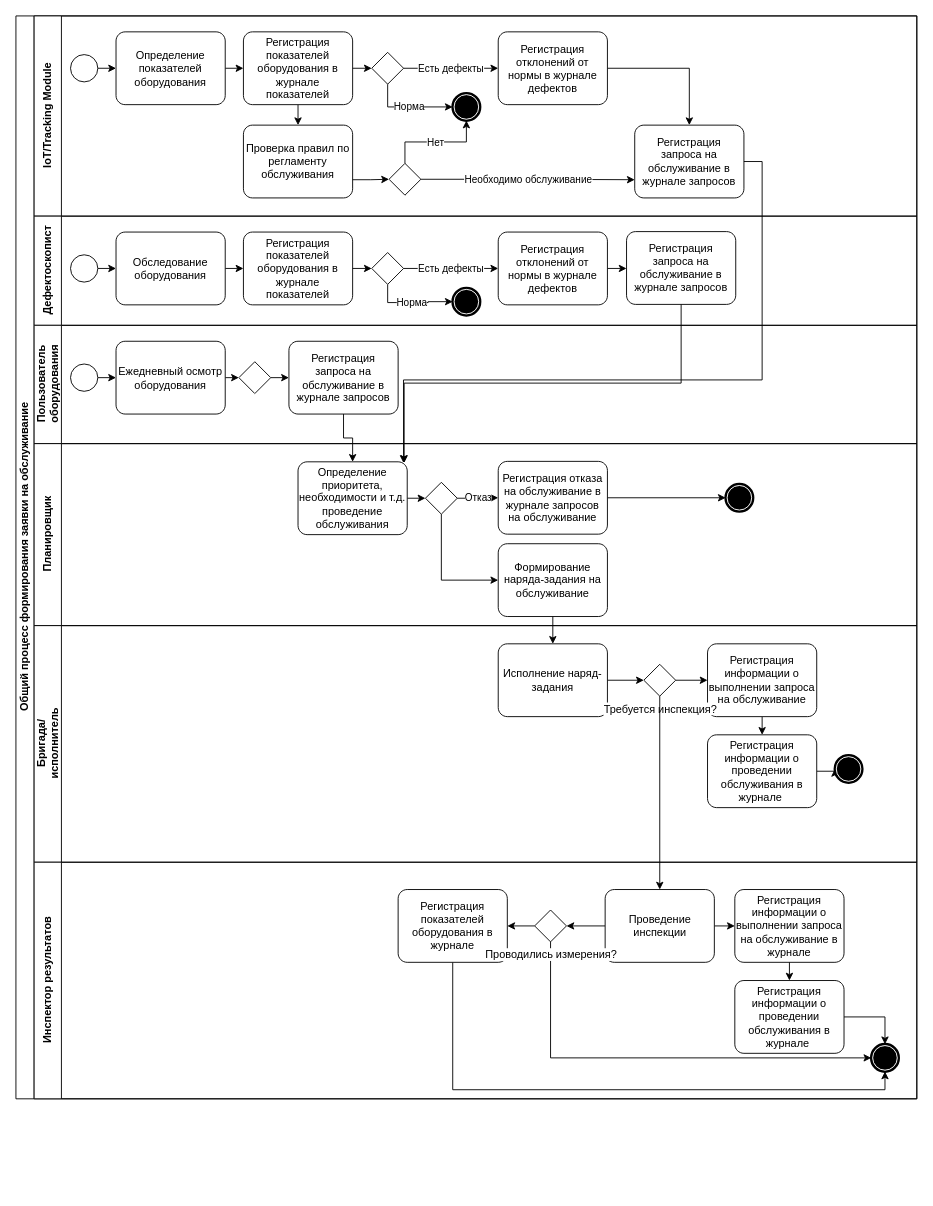
This is maint/Рабочее задание. Процессы.drawio from tvolodi-ab/ASCOA, a draw.io file, before an edit. Source tidied: cells renumbered, new cells numbered last; positions are measured from the earlier drawing's top-left corner, leaving out a move shared by most shapes. Both pictures are drawn from the tidied source at 91%, with x=0, y=0 at pixel (15, 15).
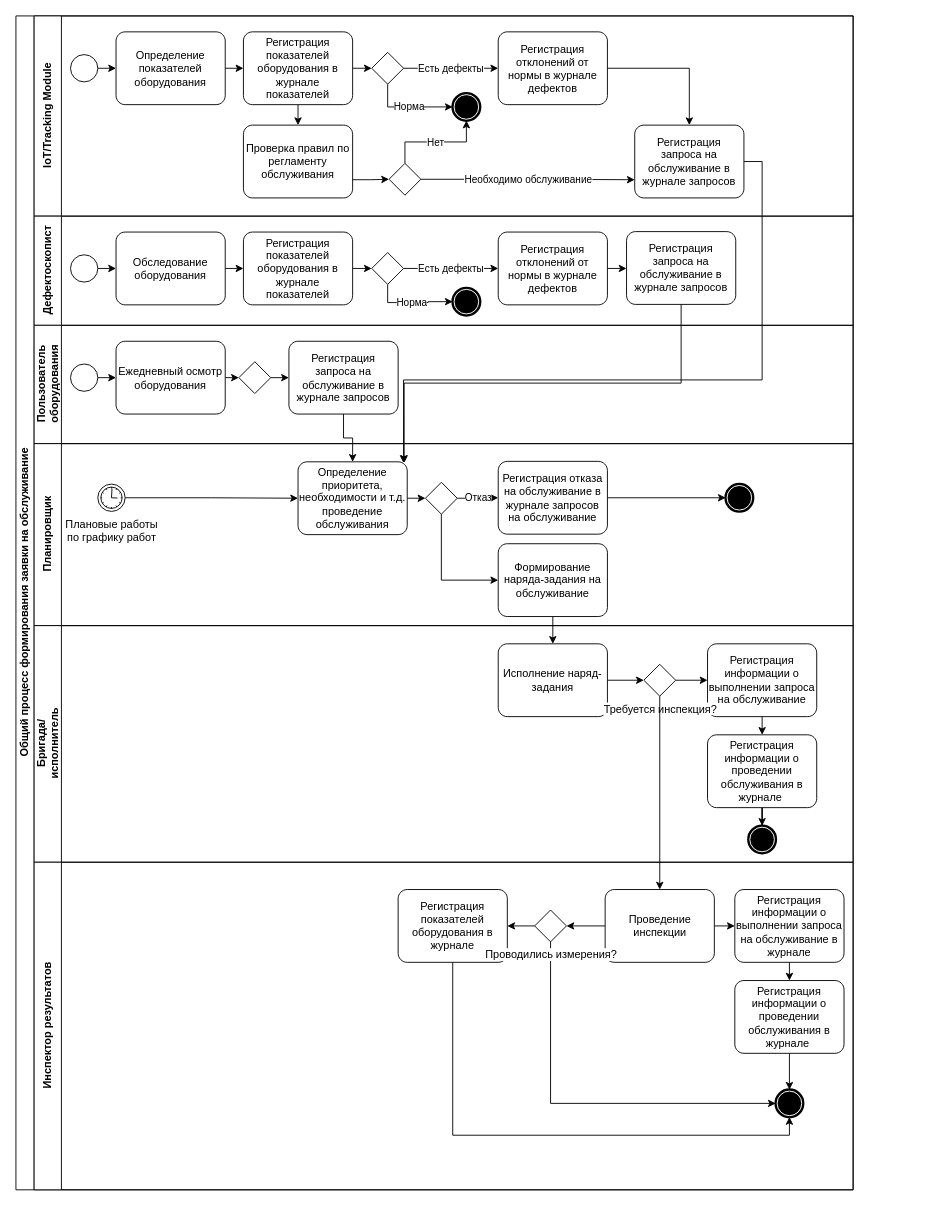
After the change.

The change refers to these unchanged cells:
```xml
<mxCell id="21" value="Регистрация запроса на обслуживание в журнале запросов" style="points=[[0.25,0,0],[0.5,0,0],[0.75,0,0],[1,0.25,0],[1,0.5,0],[1,0.75,0],[0.75,1,0],[0.5,1,0],[0.25,1,0],[0,0.75,0],[0,0.5,0],[0,0.25,0]];shape=mxgraph.bpmn.task;whiteSpace=wrap;rectStyle=rounded;size=10;taskMarker=abstract;" parent="3" vertex="1">
  <mxGeometry x="660" y="120" width="120" height="80" as="geometry" />
</mxCell>
<mxCell id="31" value="Регистрация запроса на обслуживание в журнале запросов" style="points=[[0.25,0,0],[0.5,0,0],[0.75,0,0],[1,0.25,0],[1,0.5,0],[1,0.75,0],[0.75,1,0],[0.5,1,0],[0.25,1,0],[0,0.75,0],[0,0.5,0],[0,0.25,0]];shape=mxgraph.bpmn.task;whiteSpace=wrap;rectStyle=rounded;size=10;taskMarker=abstract;" parent="23" vertex="1">
  <mxGeometry x="651" y="17" width="120" height="80" as="geometry" />
</mxCell>
<mxCell id="44" value="Регистрация запроса на обслуживание в журнале запросов" style="points=[[0.25,0,0],[0.5,0,0],[0.75,0,0],[1,0.25,0],[1,0.5,0],[1,0.75,0],[0.75,1,0],[0.5,1,0],[0.25,1,0],[0,0.75,0],[0,0.5,0],[0,0.25,0]];shape=mxgraph.bpmn.task;whiteSpace=wrap;rectStyle=rounded;size=10;taskMarker=abstract;" parent="37" vertex="1">
  <mxGeometry x="280" y="17.5" width="120" height="80" as="geometry" />
</mxCell>
<mxCell id="47" value="Определение приоритета, необходимости и т.д. проведение обслуживания" style="points=[[0.25,0,0],[0.5,0,0],[0.75,0,0],[1,0.25,0],[1,0.5,0],[1,0.75,0],[0.75,1,0],[0.5,1,0],[0.25,1,0],[0,0.75,0],[0,0.5,0],[0,0.25,0]];shape=mxgraph.bpmn.task;whiteSpace=wrap;rectStyle=rounded;size=10;taskMarker=abstract;" parent="45" vertex="1">
  <mxGeometry x="290" y="20" width="120" height="80" as="geometry" />
</mxCell>
<mxCell id="54" value="Формирование наряда-задания на обслуживание" style="points=[[0.25,0,0],[0.5,0,0],[0.75,0,0],[1,0.25,0],[1,0.5,0],[1,0.75,0],[0.75,1,0],[0.5,1,0],[0.25,1,0],[0,0.75,0],[0,0.5,0],[0,0.25,0]];shape=mxgraph.bpmn.task;whiteSpace=wrap;rectStyle=rounded;size=10;taskMarker=abstract;" parent="45" vertex="1">
  <mxGeometry x="510" y="110" width="120" height="80" as="geometry" />
</mxCell>
<mxCell id="61" value="Исполнение наряд-задания" style="points=[[0.25,0,0],[0.5,0,0],[0.75,0,0],[1,0.25,0],[1,0.5,0],[1,0.75,0],[0.75,1,0],[0.5,1,0],[0.25,1,0],[0,0.75,0],[0,0.5,0],[0,0.25,0]];shape=mxgraph.bpmn.task;whiteSpace=wrap;rectStyle=rounded;size=10;taskMarker=abstract;" parent="59" vertex="1">
  <mxGeometry x="510" y="20" width="120" height="80" as="geometry" />
</mxCell>
<mxCell id="65" value="Регистрация информации о проведении обслуживания в журнале " style="points=[[0.25,0,0],[0.5,0,0],[0.75,0,0],[1,0.25,0],[1,0.5,0],[1,0.75,0],[0.75,1,0],[0.5,1,0],[0.25,1,0],[0,0.75,0],[0,0.5,0],[0,0.25,0]];shape=mxgraph.bpmn.task;whiteSpace=wrap;rectStyle=rounded;size=10;taskMarker=abstract;" parent="59" vertex="1">
  <mxGeometry x="740" y="120" width="120" height="80" as="geometry" />
</mxCell>
<mxCell id="68" value="Требуется инспекция?" style="points=[[0.25,0.25,0],[0.5,0,0],[0.75,0.25,0],[1,0.5,0],[0.75,0.75,0],[0.5,1,0],[0.25,0.75,0],[0,0.5,0]];shape=mxgraph.bpmn.gateway2;html=1;verticalLabelPosition=bottom;labelBackgroundColor=#ffffff;verticalAlign=top;align=center;perimeter=rhombusPerimeter;outlineConnect=0;outline=none;symbol=none;" parent="59" vertex="1">
  <mxGeometry x="670" y="42.5" width="35" height="35" as="geometry" />
</mxCell>
<mxCell id="73" value="Регистрация информации о проведении обслуживания в журнале " style="points=[[0.25,0,0],[0.5,0,0],[0.75,0,0],[1,0.25,0],[1,0.5,0],[1,0.75,0],[0.75,1,0],[0.5,1,0],[0.25,1,0],[0,0.75,0],[0,0.5,0],[0,0.25,0]];shape=mxgraph.bpmn.task;whiteSpace=wrap;rectStyle=rounded;size=10;taskMarker=abstract;" parent="69" vertex="1">
  <mxGeometry x="770" y="130" width="120" height="80" as="geometry" />
</mxCell>
<mxCell id="77" value="Проведение инспекции" style="points=[[0.25,0,0],[0.5,0,0],[0.75,0,0],[1,0.25,0],[1,0.5,0],[1,0.75,0],[0.75,1,0],[0.5,1,0],[0.25,1,0],[0,0.75,0],[0,0.5,0],[0,0.25,0]];shape=mxgraph.bpmn.task;whiteSpace=wrap;rectStyle=rounded;size=10;taskMarker=abstract;" parent="69" vertex="1">
  <mxGeometry x="627.5" y="30" width="120" height="80" as="geometry" />
</mxCell>
```

What changed in the source:
```diff
@@
     <mxCell id="2" value="Общий процесс формирования заявки на обслуживание" style="swimlane;html=1;horizontal=0;startSize=20;" parent="1" vertex="1">
-      <mxGeometry width="990" height="1190" as="geometry" />
+      <mxGeometry width="920" height="1290" as="geometry" />
     </mxCell>
     <mxCell id="3" value="IoT/Tracking Module" style="swimlane;html=1;startSize=30;horizontal=0;" parent="2" vertex="1">
-      <mxGeometry x="20" width="970" height="220" as="geometry" />
+      <mxGeometry x="20" width="900" height="220" as="geometry" />
     </mxCell>
@@
     <mxCell id="23" value="Дефектоскопист" style="swimlane;html=1;startSize=30;horizontal=0;" parent="2" vertex="1">
-      <mxGeometry x="20" y="220" width="970" height="120" as="geometry" />
+      <mxGeometry x="20" y="220" width="900" height="120" as="geometry" />
     </mxCell>
@@
     <mxCell id="37" value="Пользователь&lt;br&gt;оборудования" style="swimlane;html=1;startSize=30;horizontal=0;" parent="2" vertex="1">
-      <mxGeometry x="20" y="340" width="970" height="130" as="geometry" />
+      <mxGeometry x="20" y="340" width="900" height="130" as="geometry" />
     </mxCell>
@@
+    <mxCell id="55" style="edgeStyle=orthogonalEdgeStyle;rounded=0;jettySize=auto;html=1;exitX=0.5;exitY=1;exitDx=0;exitDy=0;exitPerimeter=0;entryX=0.5;entryY=0;entryDx=0;entryDy=0;entryPerimeter=0;" parent="2" edge="1" source="44" target="47">
+      <mxGeometry relative="1" as="geometry" />
+    </mxCell>
+    <mxCell id="56" style="edgeStyle=orthogonalEdgeStyle;rounded=0;jettySize=auto;html=1;exitX=0.5;exitY=1;exitDx=0;exitDy=0;exitPerimeter=0;entryX=0.5;entryY=0;entryDx=0;entryDy=0;entryPerimeter=0;" parent="2" edge="1" source="54" target="61">
+      <mxGeometry relative="1" as="geometry" />
+    </mxCell>
+    <mxCell id="57" style="edgeStyle=orthogonalEdgeStyle;rounded=0;jettySize=auto;html=1;exitX=0.5;exitY=1;exitDx=0;exitDy=0;exitPerimeter=0;entryX=0.972;entryY=0.016;entryDx=0;entryDy=0;entryPerimeter=0;" parent="2" edge="1" source="31" target="47">
+      <mxGeometry relative="1" as="geometry" />
+    </mxCell>
+    <mxCell id="58" style="edgeStyle=orthogonalEdgeStyle;rounded=0;jettySize=auto;html=1;exitX=1;exitY=0.5;exitDx=0;exitDy=0;exitPerimeter=0;entryX=0.966;entryY=0.016;entryDx=0;entryDy=0;entryPerimeter=0;" parent="2" edge="1" source="21" target="47">
+      <mxGeometry relative="1" as="geometry">
+        <Array as="points">
+          <mxPoint x="820" y="160" />
+          <mxPoint x="820" y="400" />
+          <mxPoint x="426" y="400" />
+        </Array>
+      </mxGeometry>
+    </mxCell>
     <mxCell id="45" value="Планировщик" style="swimlane;html=1;startSize=30;horizontal=0;" parent="2" vertex="1">
-      <mxGeometry x="20" y="470" width="970" height="200" as="geometry" />
+      <mxGeometry x="20" y="470" width="900" height="200" as="geometry" />
     </mxCell>
@@
-    <mxCell id="55" style="edgeStyle=orthogonalEdgeStyle;rounded=0;jettySize=auto;html=1;exitX=0.5;exitY=1;exitDx=0;exitDy=0;exitPerimeter=0;entryX=0.5;entryY=0;entryDx=0;entryDy=0;entryPerimeter=0;" parent="2" edge="1" source="44" target="47">
-      <mxGeometry relative="1" as="geometry" />
-    </mxCell>
-    <mxCell id="56" style="edgeStyle=orthogonalEdgeStyle;rounded=0;jettySize=auto;html=1;exitX=0.5;exitY=1;exitDx=0;exitDy=0;exitPerimeter=0;entryX=0.5;entryY=0;entryDx=0;entryDy=0;entryPerimeter=0;" parent="2" edge="1" source="54" target="61">
-      <mxGeometry relative="1" as="geometry" />
-    </mxCell>
-    <mxCell id="57" style="edgeStyle=orthogonalEdgeStyle;rounded=0;jettySize=auto;html=1;exitX=0.5;exitY=1;exitDx=0;exitDy=0;exitPerimeter=0;entryX=0.972;entryY=0.016;entryDx=0;entryDy=0;entryPerimeter=0;" parent="2" edge="1" source="31" target="47">
-      <mxGeometry relative="1" as="geometry" />
-    </mxCell>
-    <mxCell id="58" style="edgeStyle=orthogonalEdgeStyle;rounded=0;jettySize=auto;html=1;exitX=1;exitY=0.5;exitDx=0;exitDy=0;exitPerimeter=0;entryX=0.966;entryY=0.016;entryDx=0;entryDy=0;entryPerimeter=0;" parent="2" edge="1" source="21" target="47">
-      <mxGeometry relative="1" as="geometry">
-        <Array as="points">
-          <mxPoint x="820" y="160" />
-          <mxPoint x="820" y="400" />
-          <mxPoint x="426" y="400" />
-        </Array>
-      </mxGeometry>
-    </mxCell>
+    <mxCell id="84" style="edgeStyle=orthogonalEdgeStyle;rounded=0;jettySize=auto;html=1;exitX=1;exitY=0.5;exitDx=0;exitDy=0;exitPerimeter=0;entryX=0;entryY=0.5;entryDx=0;entryDy=0;entryPerimeter=0;" parent="45" edge="1" source="85" target="47">
+      <mxGeometry relative="1" as="geometry" />
+    </mxCell>
+    <mxCell id="85" value="Плановые работы&lt;br&gt;по графику работ" style="points=[[0.145,0.145,0],[0.5,0,0],[0.855,0.145,0],[1,0.5,0],[0.855,0.855,0],[0.5,1,0],[0.145,0.855,0],[0,0.5,0]];shape=mxgraph.bpmn.event;html=1;verticalLabelPosition=bottom;labelBackgroundColor=#ffffff;verticalAlign=top;align=center;perimeter=ellipsePerimeter;outlineConnect=0;outline=standard;symbol=timer;" parent="45" vertex="1">
+      <mxGeometry x="70" y="44.5" width="30" height="30" as="geometry" />
+    </mxCell>
     <mxCell id="59" value="Бригада/&lt;br&gt;исполнитель" style="swimlane;html=1;startSize=30;horizontal=0;" parent="2" vertex="1">
-      <mxGeometry x="20" y="670" width="970" height="260" as="geometry" />
+      <mxGeometry x="20" y="670" width="900" height="260" as="geometry" />
     </mxCell>
@@
-    <mxCell id="64" style="edgeStyle=orthogonalEdgeStyle;rounded=0;jettySize=auto;html=1;exitX=1;exitY=0.5;exitDx=0;exitDy=0;exitPerimeter=0;" parent="59" edge="1" source="65" target="66">
+    <mxCell id="64" style="edgeStyle=orthogonalEdgeStyle;rounded=0;jettySize=auto;html=1;exitX=0.5;exitY=1;exitDx=0;exitDy=0;exitPerimeter=0;" parent="59" edge="1" source="65" target="66">
       <mxGeometry relative="1" as="geometry" />
     </mxCell>
@@
     <mxCell id="66" style="points=[[0.145,0.145,0],[0.5,0,0],[0.855,0.145,0],[1,0.5,0],[0.855,0.855,0],[0.5,1,0],[0.145,0.855,0],[0,0.5,0]];shape=mxgraph.bpmn.event;html=1;verticalLabelPosition=bottom;labelBackgroundColor=#ffffff;verticalAlign=top;align=center;perimeter=ellipsePerimeter;outlineConnect=0;outline=end;symbol=terminate;" parent="59" vertex="1">
-      <mxGeometry x="880" y="142.5" width="30" height="30" as="geometry" />
+      <mxGeometry x="785" y="220" width="30" height="30" as="geometry" />
     </mxCell>
@@
+    <mxCell id="83" style="edgeStyle=orthogonalEdgeStyle;rounded=0;jettySize=auto;html=1;exitX=0.5;exitY=1;exitDx=0;exitDy=0;exitPerimeter=0;entryX=0.5;entryY=0;entryDx=0;entryDy=0;entryPerimeter=0;" parent="2" edge="1" source="68" target="77">
+      <mxGeometry relative="1" as="geometry" />
+    </mxCell>
     <mxCell id="69" value="Инспектор результатов" style="swimlane;html=1;startSize=30;horizontal=0;" parent="2" vertex="1">
-      <mxGeometry x="20" y="930" width="970" height="260" as="geometry" />
+      <mxGeometry x="20" y="930" width="900" height="360" as="geometry" />
     </mxCell>
     <mxCell id="70" style="points=[[0.145,0.145,0],[0.5,0,0],[0.855,0.145,0],[1,0.5,0],[0.855,0.855,0],[0.5,1,0],[0.145,0.855,0],[0,0.5,0]];shape=mxgraph.bpmn.event;html=1;verticalLabelPosition=bottom;labelBackgroundColor=#ffffff;verticalAlign=top;align=center;perimeter=ellipsePerimeter;outlineConnect=0;outline=end;symbol=terminate;" parent="69" vertex="1">
-      <mxGeometry x="920" y="200" width="30" height="30" as="geometry" />
+      <mxGeometry x="815" y="250" width="30" height="30" as="geometry" />
     </mxCell>
@@
-    <mxCell id="72" style="edgeStyle=orthogonalEdgeStyle;rounded=0;jettySize=auto;html=1;exitX=1;exitY=0.5;exitDx=0;exitDy=0;exitPerimeter=0;entryX=0.5;entryY=0;entryDx=0;entryDy=0;entryPerimeter=0;" parent="69" edge="1" source="73" target="70">
+    <mxCell id="72" style="edgeStyle=orthogonalEdgeStyle;rounded=0;jettySize=auto;html=1;exitX=0.5;exitY=1;exitDx=0;exitDy=0;exitPerimeter=0;entryX=0.5;entryY=0;entryDx=0;entryDy=0;entryPerimeter=0;" parent="69" edge="1" source="73" target="70">
       <mxGeometry relative="1" as="geometry" />
     </mxCell>
@@
-    <mxCell id="83" style="edgeStyle=orthogonalEdgeStyle;rounded=0;jettySize=auto;html=1;exitX=0.5;exitY=1;exitDx=0;exitDy=0;exitPerimeter=0;entryX=0.5;entryY=0;entryDx=0;entryDy=0;entryPerimeter=0;" parent="2" edge="1" source="68" target="77">
-      <mxGeometry relative="1" as="geometry" />
-    </mxCell>
```
